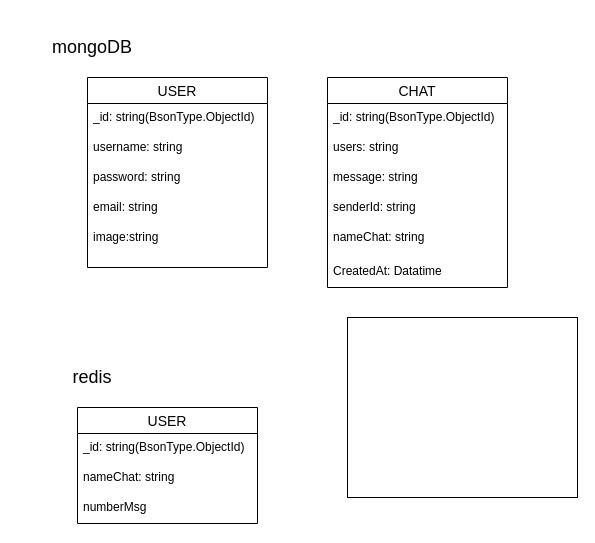
Earlier version of the draw.io diagram designDB.drawio (HuyNguyen3003/basicAppChat). Source tidied: cells renumbered, new cells numbered last; positions are measured from the earlier drawing's top-left corner, leaving out a move shared by most shapes. Both pictures are drawn from the tidied source at 100%, with x=0, y=0 at pixel (27, 17).
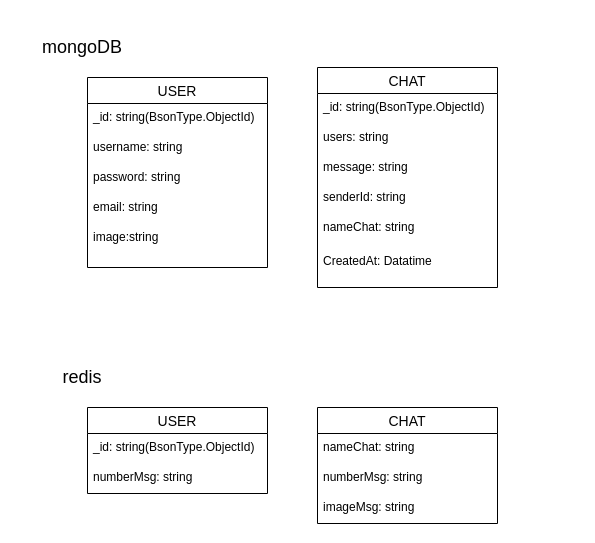
The same diagram, later.

What changed in the source:
```diff
@@
     <mxCell id="8" value="&lt;font style=&quot;font-size: 18px;&quot;&gt;mongoDB&lt;/font&gt;" style="text;html=1;strokeColor=none;fillColor=none;align=center;verticalAlign=middle;whiteSpace=wrap;rounded=0;" parent="1" vertex="1">
-      <mxGeometry width="130" height="60" as="geometry" />
+      <mxGeometry x="-10" width="130" height="60" as="geometry" />
     </mxCell>
     <mxCell id="9" value="CHAT" style="swimlane;fontStyle=0;horizontal=1;startSize=26;align=center;fontSize=14;" parent="1" vertex="1">
-      <mxGeometry x="300" y="60" width="180" height="210" as="geometry" />
+      <mxGeometry x="290" y="50" width="180" height="220" as="geometry" />
     </mxCell>
@@
     <mxCell id="15" value="CreatedAt: Datatime" style="text;strokeColor=none;fillColor=none;spacingLeft=4;spacingRight=4;overflow=hidden;fontSize=12;" parent="9" vertex="1">
-      <mxGeometry y="180" width="180" height="30" as="geometry" />
+      <mxGeometry y="180" width="180" height="40" as="geometry" />
     </mxCell>
     <mxCell id="16" value="&lt;font style=&quot;font-size: 18px;&quot;&gt;redis&lt;/font&gt;" style="text;html=1;strokeColor=none;fillColor=none;align=center;verticalAlign=middle;whiteSpace=wrap;rounded=0;" parent="1" vertex="1">
-      <mxGeometry y="330" width="130" height="60" as="geometry" />
+      <mxGeometry x="-10" y="330" width="130" height="60" as="geometry" />
     </mxCell>
     <mxCell id="17" value="USER" style="swimlane;fontStyle=0;horizontal=1;startSize=26;align=center;fontSize=14;" parent="1" vertex="1">
-      <mxGeometry x="50" y="390" width="180" height="116" as="geometry" />
+      <mxGeometry x="60" y="390" width="180" height="86" as="geometry" />
     </mxCell>
@@
+    <mxCell id="20" value="numberMsg: string" style="text;strokeColor=none;fillColor=none;spacingLeft=4;spacingRight=4;overflow=hidden;fontSize=12;" parent="17" vertex="1">
+      <mxGeometry y="56" width="180" height="30" as="geometry" />
+    </mxCell>
+    <mxCell id="22" value="CHAT" style="swimlane;fontStyle=0;horizontal=1;startSize=26;align=center;fontSize=14;" parent="1" vertex="1">
+      <mxGeometry x="290" y="390" width="180" height="116" as="geometry" />
+    </mxCell>
-    <mxCell id="19" value="nameChat: string" style="text;strokeColor=none;fillColor=none;spacingLeft=4;spacingRight=4;overflow=hidden;fontSize=12;" parent="17" vertex="1">
-      <mxGeometry y="56" width="180" height="30" as="geometry" />
+    <mxCell id="19" value="nameChat: string" style="text;strokeColor=none;fillColor=none;spacingLeft=4;spacingRight=4;overflow=hidden;fontSize=12;" parent="22" vertex="1">
+      <mxGeometry y="26" width="180" height="30" as="geometry" />
     </mxCell>
-    <mxCell id="20" value="numberMsg" style="text;strokeColor=none;fillColor=none;spacingLeft=4;spacingRight=4;overflow=hidden;fontSize=12;" parent="17" vertex="1">
-      <mxGeometry y="86" width="180" height="30" as="geometry" />
-    </mxCell>
-    <mxCell id="21" style="rounded=0;whiteSpace=wrap;html=1;fontSize=18;" parent="1" vertex="1">
-      <mxGeometry x="320" y="300" width="230" height="180" as="geometry" />
-    </mxCell>
+    <mxCell id="23" value="numberMsg: string" style="text;strokeColor=none;fillColor=none;spacingLeft=4;spacingRight=4;overflow=hidden;fontSize=12;" parent="22" vertex="1">
+      <mxGeometry y="56" width="180" height="30" as="geometry" />
+    </mxCell>
+    <mxCell id="24" value="imageMsg: string" style="text;strokeColor=none;fillColor=none;spacingLeft=4;spacingRight=4;overflow=hidden;fontSize=12;" parent="22" vertex="1">
+      <mxGeometry y="86" width="180" height="30" as="geometry" />
+    </mxCell>
```
